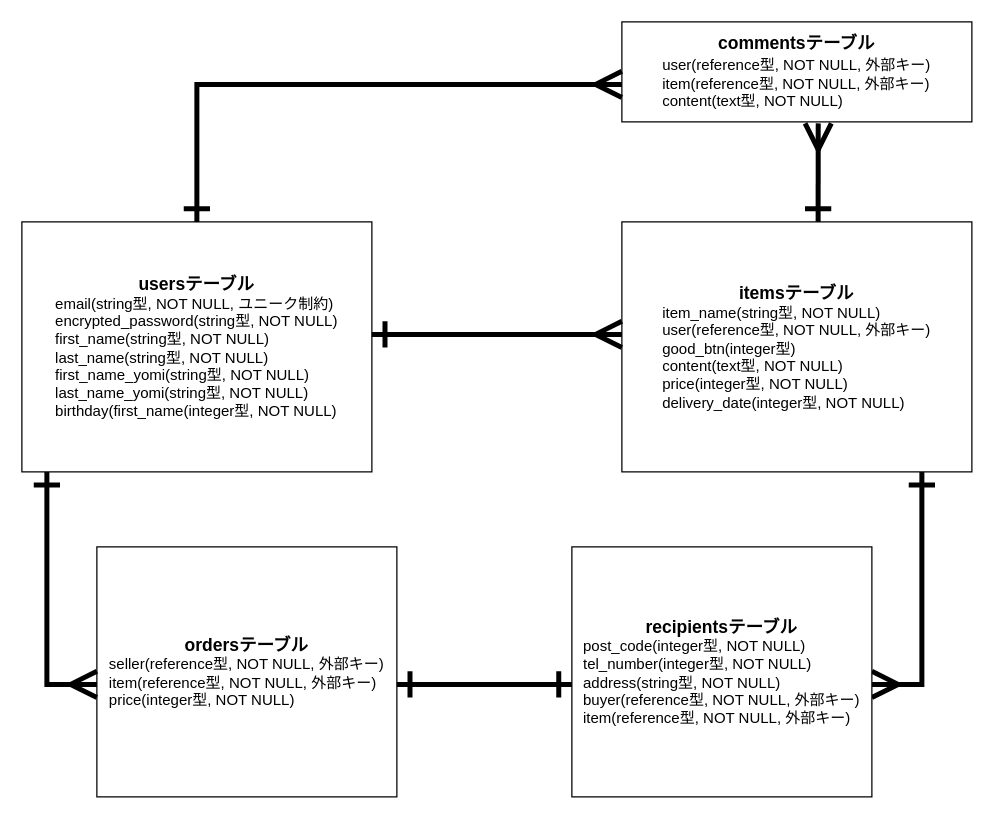
Above: config/erzu.dio in tsukitoremon/furima-39857 (draw.io), before the change. Source tidied: cells renumbered, new cells numbered last; positions are measured from the earlier drawing's top-left corner, leaving out a move shared by most shapes. Both pictures are drawn from the tidied source at 125%, with x=0, y=0 at pixel (21, 21).
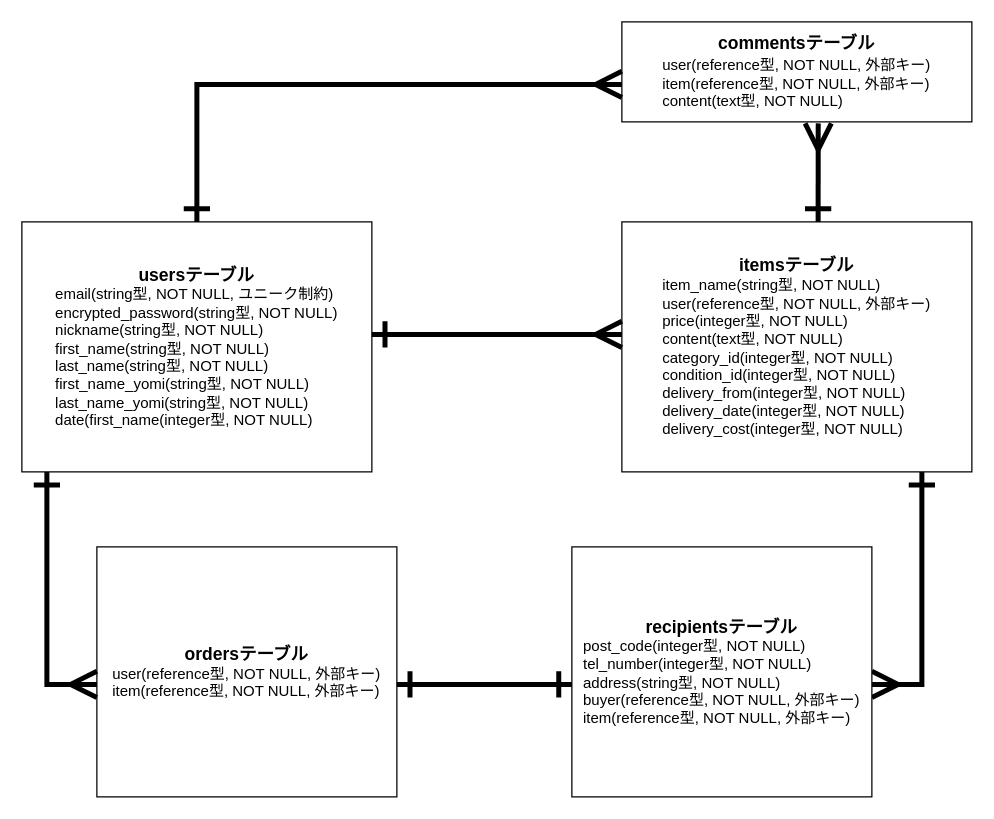
The same page after the edit.

Commit message (it also covers changes not shown here):
#3 データベース設計（再々）

The edit, as a diff of the source:
```diff
@@
-    <mxCell id="2" value="&lt;font style=&quot;font-size: 14px;&quot;&gt;&lt;b&gt;usersテーブル&lt;/b&gt;&lt;/font&gt;&lt;br&gt;&lt;div style=&quot;text-align: left;&quot;&gt;&lt;span style=&quot;background-color: initial;&quot;&gt;email(string型, NOT NULL, ユニーク制約)&lt;/span&gt;&lt;/div&gt;&lt;div style=&quot;text-align: left;&quot;&gt;&lt;span style=&quot;background-color: initial;&quot;&gt;encrypted_password(string型, NOT NULL)&lt;/span&gt;&lt;/div&gt;&lt;div style=&quot;text-align: left;&quot;&gt;&lt;span style=&quot;background-color: initial;&quot;&gt;first_name(string型, NOT NULL)&lt;/span&gt;&lt;/div&gt;&lt;div style=&quot;text-align: left;&quot;&gt;&lt;span style=&quot;background-color: initial;&quot;&gt;last_name(string型, NOT NULL)&lt;/span&gt;&lt;/div&gt;&lt;div style=&quot;text-align: left;&quot;&gt;&lt;span style=&quot;background-color: initial;&quot;&gt;first_name_yomi(string型, NOT NULL)&lt;/span&gt;&lt;/div&gt;&lt;div style=&quot;text-align: left;&quot;&gt;&lt;span style=&quot;background-color: initial;&quot;&gt;last_name_yomi(string型, NOT NULL)&lt;/span&gt;&lt;/div&gt;&lt;div style=&quot;text-align: left;&quot;&gt;&lt;span style=&quot;background-color: initial;&quot;&gt;birthday(first_name(integer型, NOT NULL)&lt;/span&gt;&lt;/div&gt;" style="whiteSpace=wrap;html=1;" parent="1" vertex="1">
+    <mxCell id="2" value="&lt;font style=&quot;font-size: 14px;&quot;&gt;&lt;b&gt;usersテーブル&lt;/b&gt;&lt;/font&gt;&lt;br&gt;&lt;div style=&quot;text-align: left;&quot;&gt;&lt;span style=&quot;background-color: initial;&quot;&gt;email(string型, NOT NULL, ユニーク制約)&lt;/span&gt;&lt;/div&gt;&lt;div style=&quot;text-align: left;&quot;&gt;&lt;span style=&quot;background-color: initial;&quot;&gt;encrypted_password(string型, NOT NULL)&lt;/span&gt;&lt;/div&gt;&lt;div style=&quot;text-align: left;&quot;&gt;&lt;span style=&quot;background-color: initial;&quot;&gt;nickname(string型, NOT NULL)&lt;/span&gt;&lt;/div&gt;&lt;div style=&quot;text-align: left;&quot;&gt;&lt;span style=&quot;background-color: initial;&quot;&gt;first_name(string型, NOT NULL)&lt;/span&gt;&lt;/div&gt;&lt;div style=&quot;text-align: left;&quot;&gt;&lt;span style=&quot;background-color: initial;&quot;&gt;last_name(string型, NOT NULL)&lt;/span&gt;&lt;/div&gt;&lt;div style=&quot;text-align: left;&quot;&gt;&lt;span style=&quot;background-color: initial;&quot;&gt;first_name_yomi(string型, NOT NULL)&lt;/span&gt;&lt;/div&gt;&lt;div style=&quot;text-align: left;&quot;&gt;&lt;span style=&quot;background-color: initial;&quot;&gt;last_name_yomi(string型, NOT NULL)&lt;/span&gt;&lt;/div&gt;&lt;div style=&quot;text-align: left;&quot;&gt;&lt;span style=&quot;background-color: initial;&quot;&gt;date(first_name(integer型, NOT NULL)&lt;/span&gt;&lt;/div&gt;" style="whiteSpace=wrap;html=1;" parent="1" vertex="1">
       <mxGeometry y="160" width="280" height="200" as="geometry" />
     </mxCell>
-    <mxCell id="3" value="&lt;font style=&quot;font-size: 14px;&quot;&gt;&lt;b&gt;itemsテーブル&lt;/b&gt;&lt;/font&gt;&lt;br&gt;&lt;div style=&quot;text-align: left;&quot;&gt;&lt;span style=&quot;background-color: initial;&quot;&gt;item_name(string型, NOT NULL)&lt;/span&gt;&lt;/div&gt;&lt;div style=&quot;text-align: left;&quot;&gt;&lt;span style=&quot;background-color: initial;&quot;&gt;user(reference型, NOT NULL, 外部キー)&lt;/span&gt;&lt;/div&gt;&lt;div style=&quot;text-align: left;&quot;&gt;&lt;span style=&quot;background-color: initial;&quot;&gt;good_btn(integer型)&lt;/span&gt;&lt;/div&gt;&lt;div style=&quot;text-align: left;&quot;&gt;&lt;span style=&quot;background-color: initial;&quot;&gt;content(text型, NOT NULL)&lt;/span&gt;&lt;/div&gt;&lt;div style=&quot;text-align: left;&quot;&gt;&lt;span style=&quot;background-color: initial;&quot;&gt;price(integer型, NOT NULL)&lt;/span&gt;&lt;/div&gt;&lt;div style=&quot;text-align: left;&quot;&gt;&lt;span style=&quot;background-color: initial;&quot;&gt;delivery_date(integer型, NOT NULL)&lt;/span&gt;&lt;/div&gt;" style="whiteSpace=wrap;html=1;" parent="1" vertex="1">
+    <mxCell id="3" value="&lt;font style=&quot;font-size: 14px;&quot;&gt;&lt;b&gt;itemsテーブル&lt;/b&gt;&lt;/font&gt;&lt;br&gt;&lt;div style=&quot;text-align: left;&quot;&gt;&lt;span style=&quot;background-color: initial;&quot;&gt;item_name(string型, NOT NULL)&lt;/span&gt;&lt;/div&gt;&lt;div style=&quot;text-align: left;&quot;&gt;&lt;span style=&quot;background-color: initial;&quot;&gt;user(reference型, NOT NULL, 外部キー)&lt;/span&gt;&lt;/div&gt;&lt;div style=&quot;text-align: left;&quot;&gt;price(integer型, NOT NULL)&lt;span style=&quot;background-color: initial;&quot;&gt;&lt;br&gt;&lt;/span&gt;&lt;/div&gt;&lt;div style=&quot;text-align: left;&quot;&gt;content(text型, NOT NULL)&lt;br&gt;&lt;/div&gt;&lt;div style=&quot;text-align: left;&quot;&gt;&lt;span style=&quot;background-color: initial;&quot;&gt;category_id(integer型, NOT NULL)&lt;/span&gt;&lt;/div&gt;&lt;div style=&quot;text-align: left;&quot;&gt;condition_id(integer型, NOT NULL)&lt;span style=&quot;background-color: initial;&quot;&gt;&lt;br&gt;&lt;/span&gt;&lt;/div&gt;&lt;div style=&quot;text-align: left;&quot;&gt;delivery_from(integer型, NOT NULL)&lt;br&gt;&lt;/div&gt;&lt;div style=&quot;text-align: left;&quot;&gt;&lt;span style=&quot;background-color: initial;&quot;&gt;delivery_date(integer型, NOT NULL)&lt;/span&gt;&lt;/div&gt;&lt;div style=&quot;text-align: left;&quot;&gt;delivery_cost(integer型, NOT NULL)&lt;span style=&quot;background-color: initial;&quot;&gt;&lt;br&gt;&lt;/span&gt;&lt;/div&gt;" style="whiteSpace=wrap;html=1;" parent="1" vertex="1">
       <mxGeometry x="480" y="160" width="280" height="200" as="geometry" />
     </mxCell>
-    <mxCell id="4" value="&lt;font style=&quot;font-size: 14px;&quot;&gt;&lt;b&gt;ordersテーブル&lt;/b&gt;&lt;/font&gt;&lt;br&gt;&lt;div style=&quot;text-align: left;&quot;&gt;&lt;span style=&quot;background-color: initial;&quot;&gt;seller(reference型, NOT NULL, 外部キー)&lt;/span&gt;&lt;/div&gt;&lt;div style=&quot;text-align: left;&quot;&gt;&lt;span style=&quot;background-color: initial;&quot;&gt;item(reference型, NOT NULL, 外部キー)&lt;/span&gt;&lt;/div&gt;&lt;div style=&quot;text-align: left;&quot;&gt;&lt;span style=&quot;background-color: initial;&quot;&gt;price(integer型, NOT NULL)&lt;/span&gt;&lt;/div&gt;" style="whiteSpace=wrap;html=1;" parent="1" vertex="1">
+    <mxCell id="4" value="&lt;font style=&quot;font-size: 14px;&quot;&gt;&lt;b&gt;ordersテーブル&lt;/b&gt;&lt;/font&gt;&lt;br&gt;&lt;div style=&quot;text-align: left;&quot;&gt;&lt;span style=&quot;background-color: initial;&quot;&gt;user(reference型, NOT NULL, 外部キー)&lt;/span&gt;&lt;/div&gt;&lt;div style=&quot;text-align: left;&quot;&gt;&lt;span style=&quot;background-color: initial;&quot;&gt;item(reference型, NOT NULL, 外部キー)&lt;/span&gt;&lt;/div&gt;" style="whiteSpace=wrap;html=1;" parent="1" vertex="1">
       <mxGeometry x="60" y="420" width="240" height="200" as="geometry" />
     </mxCell>
```
